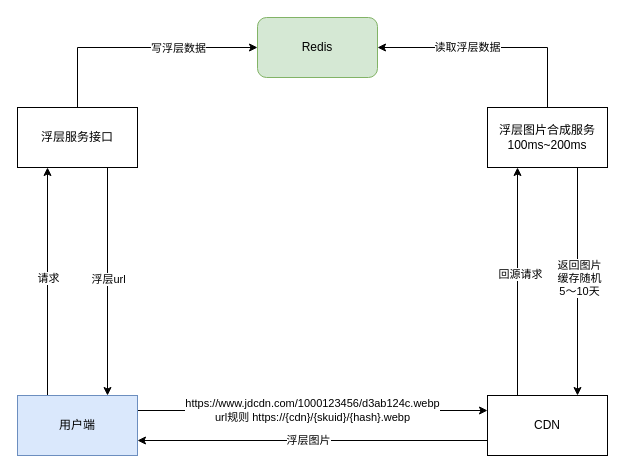
The draw.io diagram 图层合成服务.drawio in baosiqing/draw, before the edit. Source tidied: cells renumbered, new cells numbered last; positions are measured from the earlier drawing's top-left corner, leaving out a move shared by most shapes. Both pictures are drawn from the tidied source at 100%, with x=0, y=0 at pixel (17, 17).
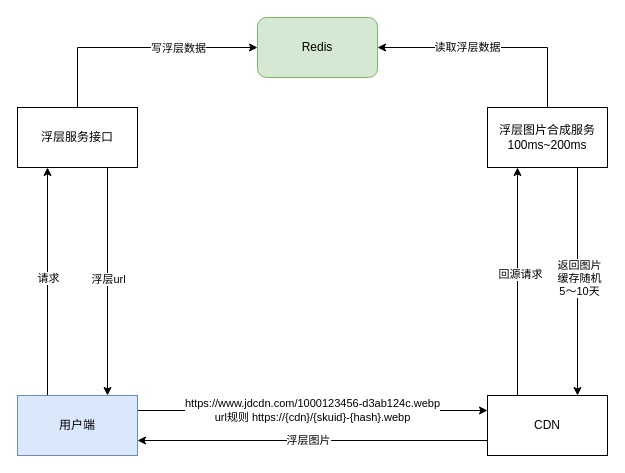
The same diagram, later.

Commit message:
更新图层合成服务.drawio

Unchanged cells that the change refers to:
```xml
<mxCell id="17" style="edgeStyle=orthogonalEdgeStyle;rounded=0;jettySize=auto;html=1;exitX=1;exitY=0.25;exitDx=0;exitDy=0;entryX=0;entryY=0.25;entryDx=0;entryDy=0;" parent="1" edge="1" source="21" target="15">
  <mxGeometry relative="1" as="geometry" />
</mxCell>
```

What changed in the source:
```diff
@@
-    <mxCell id="18" value="https://www.jdcdn.com/1000123456/d3ab124c.webp&lt;br&gt;url规则 https://{cdn}/{skuid}/{hash}.webp" style="edgeLabel;html=1;align=center;verticalAlign=middle;" parent="17" vertex="1">
+    <mxCell id="18" value="https://www.jdcdn.com/1000123456-d3ab124c.webp&lt;br&gt;url规则 https://{cdn}/{skuid}-{hash}.webp" style="edgeLabel;html=1;align=center;verticalAlign=middle;" parent="17" vertex="1">
       <mxGeometry x="-0.09" y="1" relative="1" as="geometry">
         <mxPoint x="15" as="offset" />
       </mxGeometry>
     </mxCell>
```
